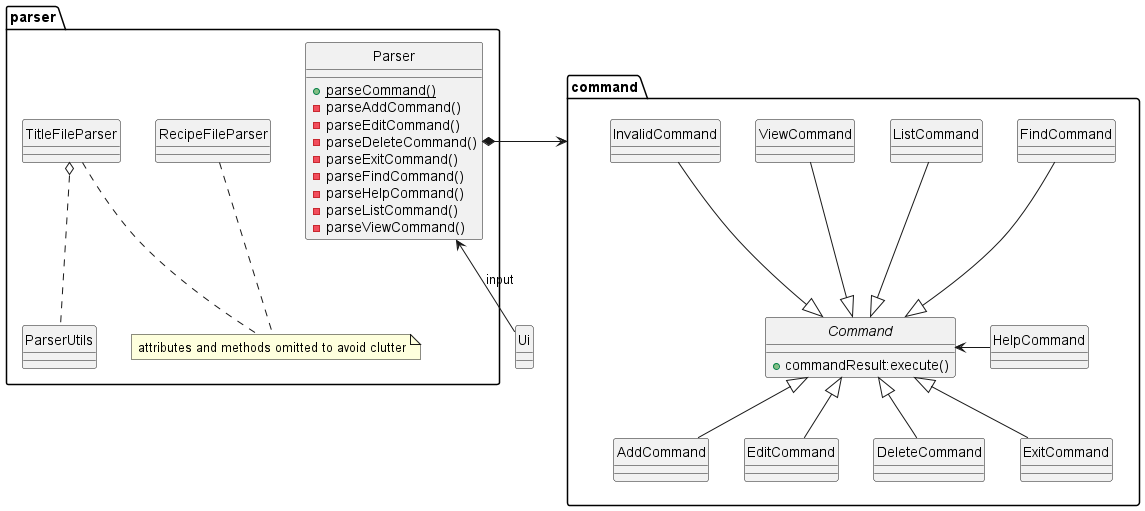
nus-cs2113-AY2223S1/tp keeps this PlantUML diagram as docs/images/ClassDiagrams/Parser.png. Above is the earlier version.
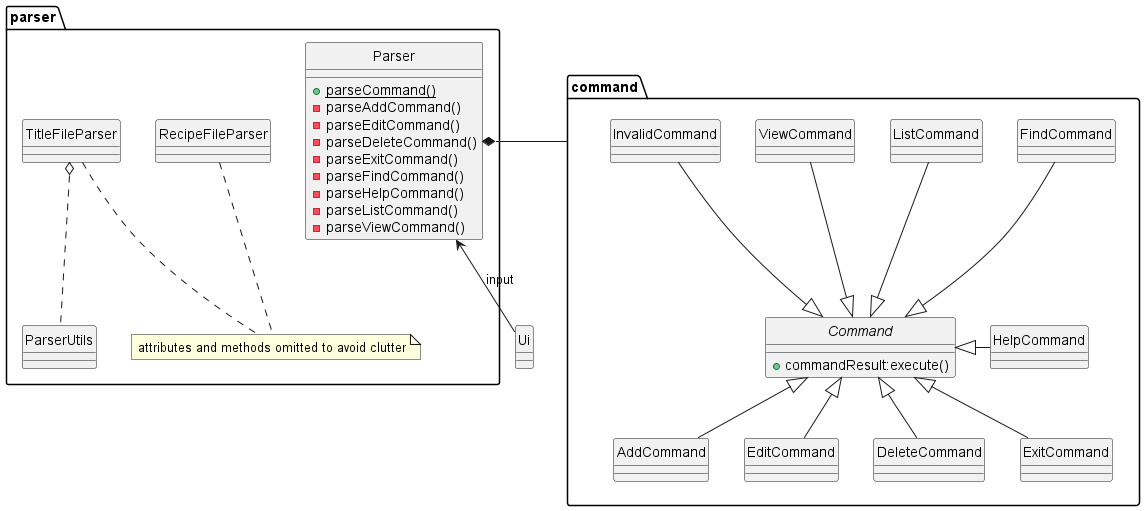
Later version of the same file.

The edit, as a diff of the source:
```diff
@@ -46,13 +46,13 @@
 Class ViewCommand
 Class InvalidCommand
 }
-Parser *-right-> command
+Parser *-right- command
 AddCommand -up-|> Command
 EditCommand -up-|> Command
 DeleteCommand -up-|> Command
 ExitCommand -up-|> Command
 FindCommand -down-|> Command
-HelpCommand -l-> Command
+HelpCommand -l-|> Command
 ListCommand -down-|> Command
 ViewCommand -down-|> Command
 InvalidCommand -down-|> Command
```
